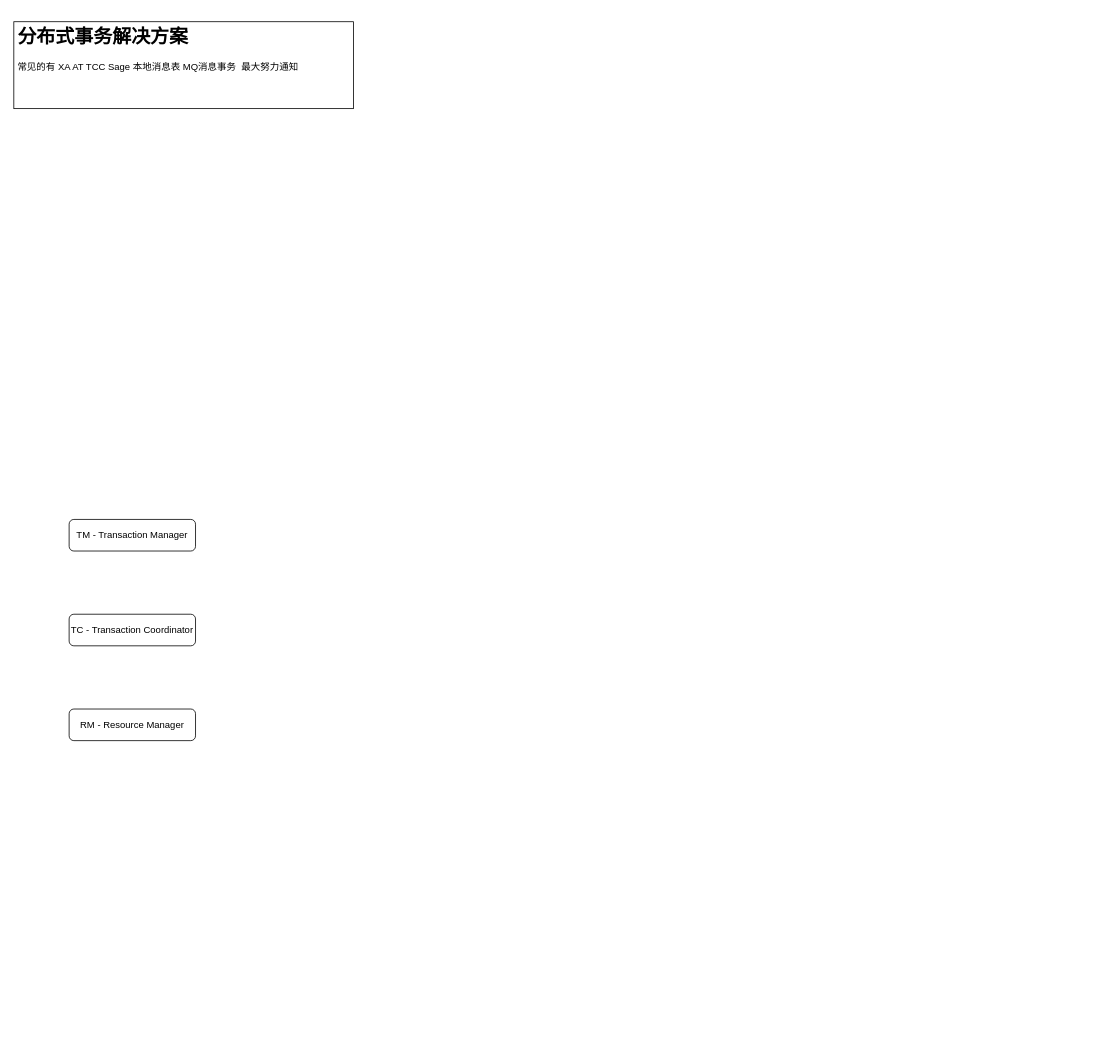
bayern01kahn/Tech_Diagrams keeps this draw.io diagram as page "Main" (1 of 10) of 分布式事务&Seata.drawio. Above is the earlier version. Source tidied: cells renumbered, new cells numbered last; positions are measured from the earlier drawing's top-left corner, leaving out a move shared by most shapes. Both pictures are drawn from the tidied source at 79%, with x=0, y=0 at pixel (13, 21).
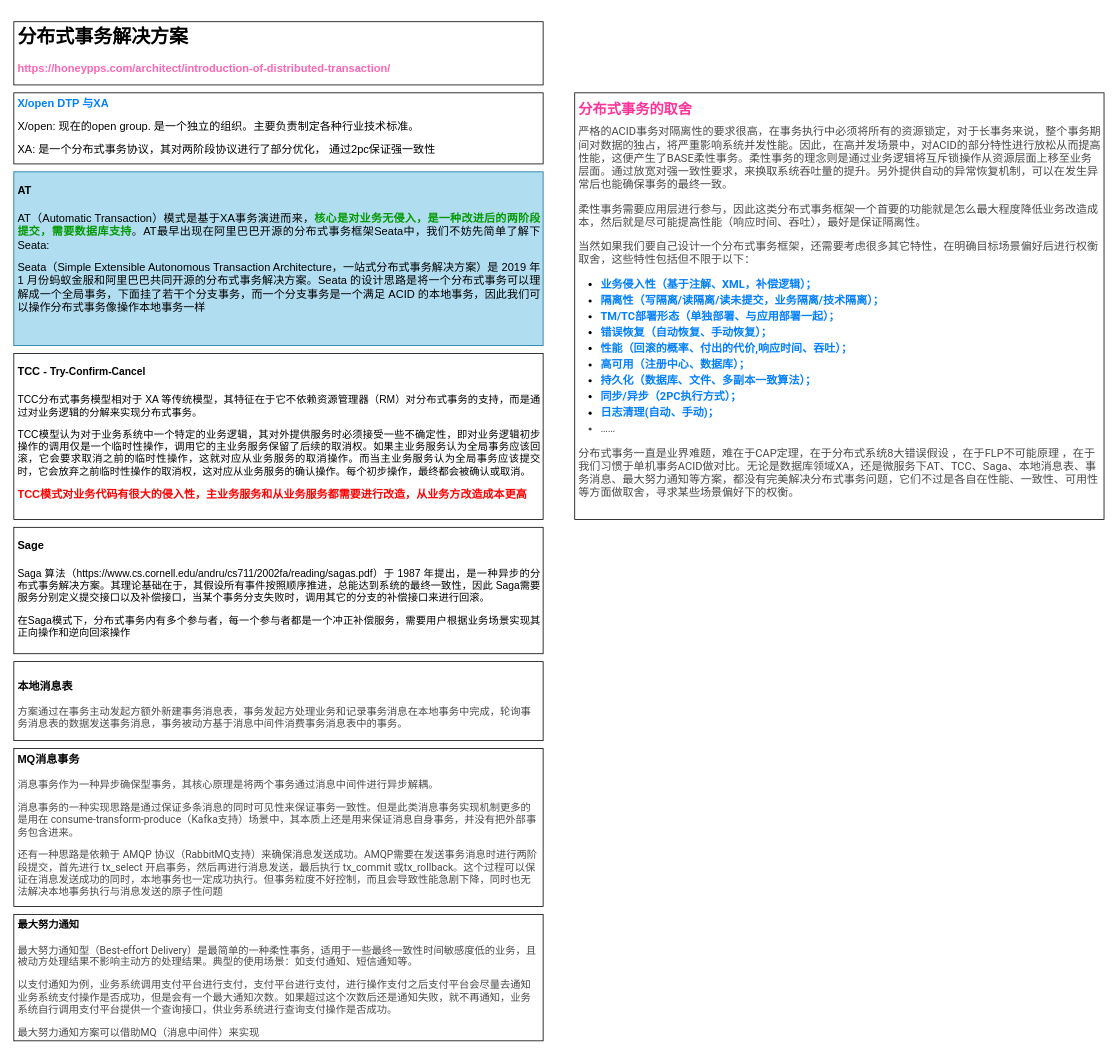
After the change.

The edit, as a diff of the source:
```diff
@@
 <mxGraphModel>
   <root>
     <mxCell id="0" />
     <mxCell id="1" parent="0" />
-    <mxCell id="2" value="TM - Transaction Manager" style="rounded=1;whiteSpace=wrap;html=1;shadow=0;glass=0;sketch=0;" parent="1" vertex="1">
-      <mxGeometry x="70" y="630" width="160" height="40" as="geometry" />
-    </mxCell>
-    <mxCell id="3" value="TC - Transaction Coordinator" style="rounded=1;whiteSpace=wrap;html=1;shadow=0;glass=0;sketch=0;" parent="1" vertex="1">
-      <mxGeometry x="70" y="750" width="160" height="40" as="geometry" />
-    </mxCell>
-    <mxCell id="4" value="RM - Resource Manager" style="rounded=1;whiteSpace=wrap;html=1;shadow=0;glass=0;sketch=0;" parent="1" vertex="1">
-      <mxGeometry x="70" y="870" width="160" height="40" as="geometry" />
-    </mxCell>
-    <mxCell id="5" value="&lt;h1&gt;分布式事务解决方案&lt;/h1&gt;&lt;p&gt;常见的有 XA AT TCC Sage 本地消息表 MQ消息事务&amp;nbsp; 最大努力通知&lt;/p&gt;" style="text;html=1;spacing=5;spacingTop=-20;whiteSpace=wrap;overflow=hidden;rounded=0;fillColor=#ffffff;strokeColor=#000000;" parent="1" vertex="1">
-      <mxGeometry width="430" height="110" as="geometry" />
+    <mxCell id="5" value="&lt;h1&gt;分布式事务解决方案&lt;/h1&gt;&lt;p&gt;&lt;/p&gt;&lt;span style=&quot;text-align: justify&quot;&gt;&lt;span style=&quot;font-size: 14px&quot;&gt;&lt;b&gt;&lt;font color=&quot;#ff66b3&quot;&gt;https://honeypps.com/architect/introduction-of-distributed-transaction/&lt;/font&gt;&lt;/b&gt;&lt;/span&gt;&lt;br&gt;&lt;br&gt;&lt;b style=&quot;color: rgb(0 , 127 , 255) ; font-size: 14px&quot;&gt;&lt;br&gt;&lt;br&gt;&lt;/b&gt;&lt;/span&gt;" style="text;html=1;spacing=5;spacingTop=-20;whiteSpace=wrap;overflow=hidden;rounded=0;fillColor=#ffffff;strokeColor=#000000;" parent="1" vertex="1">
+      <mxGeometry width="670" height="80" as="geometry" />
     </mxCell>
+    <mxCell id="6" value="&lt;h2 id=&quot;分布式事务的取舍&quot; style=&quot;box-sizing: inherit ; margin: 1.1428em 0px 0.5714em ; padding: 0px ; line-height: 1.125 ; font-family: &amp;#34;ubuntu&amp;#34; , &amp;#34;roboto&amp;#34; , &amp;#34;open sans&amp;#34; , &amp;#34;microsoft yahei&amp;#34; , sans-serif ; background-color: rgb(255 , 255 , 255)&quot;&gt;&lt;font color=&quot;#ff3399&quot;&gt;分布式事务的取舍&lt;/font&gt;&lt;/h2&gt;&lt;h1 style=&quot;font-size: 14px&quot;&gt;&lt;p style=&quot;box-sizing: inherit ; margin: 0px 0px 1em ; padding: 0px ; color: rgb(74 , 74 , 74) ; font-family: &amp;#34;ubuntu&amp;#34; , &amp;#34;roboto&amp;#34; , &amp;#34;open sans&amp;#34; , &amp;#34;microsoft yahei&amp;#34; , sans-serif ; font-weight: 400 ; background-color: rgb(255 , 255 , 255)&quot;&gt;严格的ACID事务对隔离性的要求很高，在事务执行中必须将所有的资源锁定，对于长事务来说，整个事务期间对数据的独占，将严重影响系统并发性能。因此，在高并发场景中，对ACID的部分特性进行放松从而提高性能，这便产生了BASE柔性事务。柔性事务的理念则是通过业务逻辑将互斥锁操作从资源层面上移至业务层面。通过放宽对强一致性要求，来换取系统吞吐量的提升。另外提供自动的异常恢复机制，可以在发生异常后也能确保事务的最终一致。&lt;/p&gt;&lt;p style=&quot;box-sizing: inherit ; margin: 0px 0px 1em ; padding: 0px ; color: rgb(74 , 74 , 74) ; font-family: &amp;#34;ubuntu&amp;#34; , &amp;#34;roboto&amp;#34; , &amp;#34;open sans&amp;#34; , &amp;#34;microsoft yahei&amp;#34; , sans-serif ; font-weight: 400 ; background-color: rgb(255 , 255 , 255)&quot;&gt;柔性事务需要应用层进行参与，因此这类分布式事务框架一个首要的功能就是怎么最大程度降低业务改造成本，然后就是尽可能提高性能（响应时间、吞吐），最好是保证隔离性。&lt;/p&gt;&lt;p style=&quot;box-sizing: inherit ; margin: 0px 0px 1em ; padding: 0px ; color: rgb(74 , 74 , 74) ; font-family: &amp;#34;ubuntu&amp;#34; , &amp;#34;roboto&amp;#34; , &amp;#34;open sans&amp;#34; , &amp;#34;microsoft yahei&amp;#34; , sans-serif ; font-weight: 400 ; background-color: rgb(255 , 255 , 255)&quot;&gt;当然如果我们要自己设计一个分布式事务框架，还需要考虑很多其它特性，在明确目标场景偏好后进行权衡取舍，这些特性包括但不限于以下：&lt;/p&gt;&lt;ul style=&quot;box-sizing: inherit ; margin: 1em 0px 1em 2em ; padding: 0px ; list-style-position: outside ; font-family: &amp;#34;ubuntu&amp;#34; , &amp;#34;roboto&amp;#34; , &amp;#34;open sans&amp;#34; , &amp;#34;microsoft yahei&amp;#34; , sans-serif ; background-color: rgb(255 , 255 , 255)&quot;&gt;&lt;li style=&quot;box-sizing: inherit ; margin: 0px ; padding: 0px&quot;&gt;&lt;font color=&quot;#007fff&quot;&gt;业务侵入性（基于注解、XML，补偿逻辑）；&lt;/font&gt;&lt;/li&gt;&lt;li style=&quot;box-sizing: inherit ; margin: 0.25em 0px 0px ; padding: 0px&quot;&gt;&lt;font color=&quot;#007fff&quot;&gt;隔离性（写隔离/读隔离/读未提交，业务隔离/技术隔离）；&lt;/font&gt;&lt;/li&gt;&lt;li style=&quot;box-sizing: inherit ; margin: 0.25em 0px 0px ; padding: 0px&quot;&gt;&lt;font color=&quot;#007fff&quot;&gt;TM/TC部署形态（单独部署、与应用部署一起）；&lt;/font&gt;&lt;/li&gt;&lt;li style=&quot;box-sizing: inherit ; margin: 0.25em 0px 0px ; padding: 0px&quot;&gt;&lt;font color=&quot;#007fff&quot;&gt;错误恢复（自动恢复、手动恢复）；&lt;/font&gt;&lt;/li&gt;&lt;li style=&quot;box-sizing: inherit ; margin: 0.25em 0px 0px ; padding: 0px&quot;&gt;&lt;font color=&quot;#007fff&quot;&gt;性能（回滚的概率、付出的代价,响应时间、吞吐）；&lt;/font&gt;&lt;/li&gt;&lt;li style=&quot;box-sizing: inherit ; margin: 0.25em 0px 0px ; padding: 0px&quot;&gt;&lt;font color=&quot;#007fff&quot;&gt;高可用（注册中心、数据库）；&lt;/font&gt;&lt;/li&gt;&lt;li style=&quot;box-sizing: inherit ; margin: 0.25em 0px 0px ; padding: 0px&quot;&gt;&lt;font color=&quot;#007fff&quot;&gt;持久化（数据库、文件、多副本一致算法）；&lt;/font&gt;&lt;/li&gt;&lt;li style=&quot;box-sizing: inherit ; margin: 0.25em 0px 0px ; padding: 0px&quot;&gt;&lt;font color=&quot;#007fff&quot;&gt;同步/异步（2PC执行方式）；&lt;/font&gt;&lt;/li&gt;&lt;li style=&quot;box-sizing: inherit ; margin: 0.25em 0px 0px ; padding: 0px&quot;&gt;&lt;font color=&quot;#007fff&quot;&gt;日志清理(自动、手动)；&lt;/font&gt;&lt;/li&gt;&lt;li style=&quot;font-weight: 400 ; color: rgb(74 , 74 , 74) ; box-sizing: inherit ; margin: 0.25em 0px 0px ; padding: 0px&quot;&gt;……&lt;/li&gt;&lt;/ul&gt;&lt;p style=&quot;box-sizing: inherit ; margin: 0px 0px 1em ; padding: 0px ; color: rgb(74 , 74 , 74) ; font-family: &amp;#34;ubuntu&amp;#34; , &amp;#34;roboto&amp;#34; , &amp;#34;open sans&amp;#34; , &amp;#34;microsoft yahei&amp;#34; , sans-serif ; font-weight: 400 ; background-color: rgb(255 , 255 , 255)&quot;&gt;分布式事务一直是业界难题，难在于CAP定理，在于分布式系统8大错误假设 ，在于FLP不可能原理 ，在于我们习惯于单机事务ACID做对比。无论是数据库领域XA，还是微服务下AT、TCC、Saga、本地消息表、事务消息、最大努力通知等方案，都没有完美解决分布式事务问题，它们不过是各自在性能、一致性、可用性等方面做取舍，寻求某些场景偏好下的权衡。&lt;/p&gt;&lt;div&gt;&lt;br&gt;&lt;/div&gt;&lt;/h1&gt;" style="text;html=1;spacing=5;spacingTop=-20;whiteSpace=wrap;overflow=hidden;rounded=0;fillColor=#ffffff;strokeColor=#000000;" parent="1" vertex="1">
+      <mxGeometry x="710" y="90" width="670" height="540" as="geometry" />
+    </mxCell>
+    <mxCell id="7" value="&lt;h1&gt;&lt;/h1&gt;&lt;span style=&quot;text-align: justify&quot;&gt;&lt;b style=&quot;color: rgb(0 , 127 , 255) ; font-size: 14px&quot;&gt;X/open DTP 与XA&lt;/b&gt;&lt;/span&gt;&lt;span style=&quot;color: rgb(0 , 127 , 255) ; font-size: 14px ; text-align: justify&quot;&gt;&amp;nbsp;&lt;/span&gt;&lt;br&gt;&lt;p&gt;&lt;/p&gt;&lt;p style=&quot;text-align: justify&quot;&gt;&lt;font style=&quot;font-size: 14px&quot;&gt;X/open:&amp;nbsp;现在的open group. 是一个独立的组织。主要负责制定各种行业技术标准。&lt;/font&gt;&lt;/p&gt;&lt;p style=&quot;text-align: justify&quot;&gt;&lt;font style=&quot;font-size: 14px&quot;&gt;XA: 是一个分布式事务协议，其对两阶段协议进行了部分优化， 通过2pc保证强一致性&lt;/font&gt;&lt;/p&gt;&lt;p style=&quot;text-align: justify&quot;&gt;&lt;span style=&quot;font-size: 14px&quot;&gt;&lt;br&gt;&lt;/span&gt;&lt;/p&gt;&lt;p style=&quot;text-align: justify&quot;&gt;&lt;br&gt;&lt;/p&gt;" style="text;html=1;spacing=5;spacingTop=-20;whiteSpace=wrap;overflow=hidden;rounded=0;fillColor=#ffffff;strokeColor=#000000;" parent="1" vertex="1">
+      <mxGeometry y="90" width="670" height="90" as="geometry" />
+    </mxCell>
+    <mxCell id="8" value="&lt;h1&gt;&lt;b style=&quot;font-size: 14px ; text-align: justify&quot;&gt;AT&amp;nbsp;&lt;/b&gt;&lt;br&gt;&lt;/h1&gt;&lt;p style=&quot;text-align: justify&quot;&gt;&lt;font&gt;&lt;span style=&quot;font-size: 14px&quot;&gt;AT（Automatic Transaction）模式是基于XA事务演进而来，&lt;b&gt;&lt;font color=&quot;#009900&quot;&gt;核心是对业务无侵入，是一种改进后的两阶段提交，需要数据库支持&lt;/font&gt;&lt;/b&gt;。AT最早出现在阿里巴巴开源的分布式事务框架Seata中，我们不妨先简单了解下Seata:&lt;/span&gt;&lt;/font&gt;&lt;/p&gt;&lt;p style=&quot;text-align: justify&quot;&gt;&lt;/p&gt;&lt;p style=&quot;text-align: justify&quot;&gt;&lt;span style=&quot;font-size: 14px&quot;&gt;Seata（Simple Extensible Autonomous Transaction Architecture，一站式分布式事务解决方案）是 2019 年 1 月份蚂蚁金服和阿里巴巴共同开源的分布式事务解决方案。Seata 的设计思路是将一个分布式事务可以理解成一个全局事务，下面挂了若干个分支事务，而一个分支事务是一个满足 ACID 的本地事务，因此我们可以操作分布式事务像操作本地事务一样&lt;/span&gt;&lt;/p&gt;&lt;p style=&quot;text-align: justify&quot;&gt;&lt;font style=&quot;font-size: 14px&quot;&gt;&lt;br&gt;&lt;/font&gt;&lt;/p&gt;&lt;p style=&quot;text-align: justify&quot;&gt;&lt;br&gt;&lt;/p&gt;" style="text;html=1;spacing=5;spacingTop=-20;whiteSpace=wrap;overflow=hidden;rounded=0;fillColor=#b1ddf0;strokeColor=#10739e;" parent="1" vertex="1">
+      <mxGeometry y="190" width="670" height="220" as="geometry" />
+    </mxCell>
+    <mxCell id="9" value="&lt;h1&gt;&lt;font style=&quot;text-align: justify ; font-weight: normal ; font-size: 14px&quot;&gt;&lt;b&gt;TCC -&amp;nbsp;&lt;/b&gt;&lt;/font&gt;&lt;b style=&quot;text-align: justify ; font-size: 13px&quot;&gt;Try-Confirm-Cancel&lt;/b&gt;&lt;br&gt;&lt;/h1&gt;&lt;p style=&quot;text-align: justify ; font-size: 13px&quot;&gt;&lt;font style=&quot;font-size: 13px&quot;&gt;TCC分布式事务模型相对于 XA 等传统模型，其特征在于它不依赖资源管理器（RM）对分布式事务的支持，而是通过对业务逻辑的分解来实现分布式事务。&lt;/font&gt;&lt;/p&gt;&lt;p style=&quot;text-align: justify ; font-size: 13px&quot;&gt;&lt;span&gt;TCC模型认为对于业务系统中一个特定的业务逻辑，其对外提供服务时必须接受一些不确定性，即对业务逻辑初步操作的调用仅是一个临时性操作，调用它的主业务服务保留了后续的取消权。如果主业务服务认为全局事务应该回滚，它会要求取消之前的临时性操作，这就对应从业务服务的取消操作。而当主业务服务认为全局事务应该提交时，它会放弃之前临时性操作的取消权，这对应从业务服务的确认操作。每个初步操作，最终都会被确认或取消。&lt;/span&gt;&lt;br&gt;&lt;/p&gt;&lt;p style=&quot;text-align: justify&quot;&gt;&lt;font style=&quot;font-size: 14px&quot;&gt;&lt;span style=&quot;color: rgb(255 , 0 , 0) ; font-weight: 700 ; text-align: left ; background-color: rgb(255 , 255 , 255)&quot;&gt;TCC模式对业务代码有很大的侵入性，主业务服务和从业务服务都需要进行改造，从业务方改造成本更高&lt;/span&gt;&lt;b&gt;&lt;br&gt;&lt;/b&gt;&lt;/font&gt;&lt;/p&gt;&lt;p style=&quot;text-align: justify&quot;&gt;&lt;br&gt;&lt;/p&gt;" style="text;html=1;spacing=5;spacingTop=-20;whiteSpace=wrap;overflow=hidden;rounded=0;fillColor=#ffffff;strokeColor=#000000;" parent="1" vertex="1">
+      <mxGeometry y="420" width="670" height="210" as="geometry" />
+    </mxCell>
+    <mxCell id="10" value="&lt;h1&gt;&lt;b style=&quot;text-align: justify ; font-size: 14px&quot;&gt;Sage&lt;/b&gt;&lt;br&gt;&lt;/h1&gt;&lt;p style=&quot;text-align: justify ; font-size: 13px&quot;&gt;&lt;font style=&quot;font-size: 13px&quot;&gt;Saga 算法（https://www.cs.cornell.edu/andru/cs711/2002fa/reading/sagas.pdf）于 1987 年提出，是一种异步的分布式事务解决方案。其理论基础在于，其假设所有事件按照顺序推进，总能达到系统的最终一致性，因此 Saga需要服务分别定义提交接口以及补偿接口，当某个事务分支失败时，调用其它的分支的补偿接口来进行回滚。&lt;/font&gt;&lt;/p&gt;&lt;p style=&quot;text-align: justify ; font-size: 13px&quot;&gt;&lt;span&gt;&lt;font style=&quot;font-size: 13px&quot;&gt;在Saga模式下，分布式事务内有多个参与者，每一个参与者都是一个冲正补偿服务，需要用户根据业务场景实现其正向操作和逆向回滚操作&lt;/font&gt;&lt;/span&gt;&lt;/p&gt;&lt;p style=&quot;text-align: justify&quot;&gt;&lt;font style=&quot;font-size: 14px&quot;&gt;&lt;b&gt;&lt;br&gt;&lt;/b&gt;&lt;/font&gt;&lt;/p&gt;&lt;p style=&quot;text-align: justify&quot;&gt;&lt;br&gt;&lt;/p&gt;" style="text;html=1;spacing=5;spacingTop=-20;whiteSpace=wrap;overflow=hidden;rounded=0;fillColor=#ffffff;strokeColor=#000000;" parent="1" vertex="1">
+      <mxGeometry y="640" width="670" height="160" as="geometry" />
+    </mxCell>
+    <mxCell id="11" value="&lt;h1&gt;&lt;p style=&quot;font-size: 12px ; font-weight: 400 ; text-align: justify&quot;&gt;&lt;font style=&quot;font-size: 14px&quot;&gt;&lt;b&gt;&lt;br class=&quot;Apple-interchange-newline&quot;&gt;本地消息表&amp;nbsp;&lt;/b&gt;&lt;/font&gt;&lt;/p&gt;&lt;p style=&quot;font-size: 12px ; font-weight: 400 ; text-align: justify&quot;&gt;&lt;font style=&quot;font-size: 14px&quot;&gt;&lt;/font&gt;&lt;/p&gt;&lt;/h1&gt;&lt;h1 style=&quot;font-size: 13px&quot;&gt;&lt;p style=&quot;box-sizing: inherit ; margin: 0px 0px 1em ; padding: 0px ; color: rgb(74 , 74 , 74) ; font-family: &amp;#34;ubuntu&amp;#34; , &amp;#34;roboto&amp;#34; , &amp;#34;open sans&amp;#34; , &amp;#34;microsoft yahei&amp;#34; , sans-serif ; font-weight: 400 ; background-color: rgb(255 , 255 , 255)&quot;&gt;方案通过在事务主动发起方额外新建事务消息表，事务发起方处理业务和记录事务消息在本地事务中完成，轮询事务消息表的数据发送事务消息，事务被动方基于消息中间件消费事务消息表中的事务。&lt;/p&gt;&lt;/h1&gt;" style="text;html=1;spacing=5;spacingTop=-20;whiteSpace=wrap;overflow=hidden;rounded=0;fillColor=#ffffff;strokeColor=#000000;" parent="1" vertex="1">
+      <mxGeometry y="810" width="670" height="100" as="geometry" />
+    </mxCell>
+    <mxCell id="12" value="&lt;h1&gt;&lt;p style=&quot;font-size: 12px ; font-weight: 400 ; text-align: justify&quot;&gt;&lt;font style=&quot;font-size: 14px&quot;&gt;&lt;b&gt;MQ消息事务&amp;nbsp;&amp;nbsp;&lt;/b&gt;&lt;/font&gt;&lt;/p&gt;&lt;p style=&quot;font-size: 12px ; font-weight: 400 ; text-align: justify&quot;&gt;&lt;font style=&quot;font-size: 14px&quot;&gt;&lt;/font&gt;&lt;/p&gt;&lt;/h1&gt;&lt;h1 style=&quot;font-size: 13px&quot;&gt;&lt;p style=&quot;box-sizing: inherit ; margin: 0px 0px 1em ; padding: 0px ; color: rgb(74 , 74 , 74) ; font-family: &amp;#34;ubuntu&amp;#34; , &amp;#34;roboto&amp;#34; , &amp;#34;open sans&amp;#34; , &amp;#34;microsoft yahei&amp;#34; , sans-serif ; font-weight: 400 ; background-color: rgb(255 , 255 , 255)&quot;&gt;消息事务作为一种异步确保型事务，其核心原理是将两个事务通过消息中间件进行异步解耦。&lt;/p&gt;&lt;p style=&quot;box-sizing: inherit ; margin: 0px 0px 1em ; padding: 0px ; color: rgb(74 , 74 , 74) ; font-family: &amp;#34;ubuntu&amp;#34; , &amp;#34;roboto&amp;#34; , &amp;#34;open sans&amp;#34; , &amp;#34;microsoft yahei&amp;#34; , sans-serif ; font-weight: 400 ; background-color: rgb(255 , 255 , 255)&quot;&gt;消息事务的一种实现思路是通过保证多条消息的同时可见性来保证事务一致性。但是此类消息事务实现机制更多的是用在 consume-transform-produce（Kafka支持）场景中，其本质上还是用来保证消息自身事务，并没有把外部事务包含进来。&lt;/p&gt;&lt;p style=&quot;box-sizing: inherit ; margin: 0px 0px 1em ; padding: 0px ; color: rgb(74 , 74 , 74) ; font-family: &amp;#34;ubuntu&amp;#34; , &amp;#34;roboto&amp;#34; , &amp;#34;open sans&amp;#34; , &amp;#34;microsoft yahei&amp;#34; , sans-serif ; font-weight: 400 ; background-color: rgb(255 , 255 , 255)&quot;&gt;还有一种思路是依赖于 AMQP 协议（RabbitMQ支持）来确保消息发送成功。AMQP需要在发送事务消息时进行两阶段提交，首先进行 tx_select 开启事务，然后再进行消息发送，最后执行 tx_commit 或tx_rollback。这个过程可以保证在消息发送成功的同时，本地事务也一定成功执行。但事务粒度不好控制，而且会导致性能急剧下降，同时也无法解决本地事务执行与消息发送的原子性问题&lt;/p&gt;&lt;/h1&gt;" style="text;html=1;spacing=5;spacingTop=-20;whiteSpace=wrap;overflow=hidden;rounded=0;fillColor=#ffffff;strokeColor=#000000;" parent="1" vertex="1">
+      <mxGeometry y="920" width="670" height="200" as="geometry" />
+    </mxCell>
+    <mxCell id="13" value="&lt;h1&gt;&lt;p style=&quot;font-weight: 400 ; text-align: justify ; font-size: 13px&quot;&gt;&lt;b&gt;最大努力通知&lt;/b&gt;&lt;/p&gt;&lt;p style=&quot;font-weight: 400 ; text-align: justify ; font-size: 13px&quot;&gt;&lt;/p&gt;&lt;/h1&gt;&lt;h1 style=&quot;font-size: 13px&quot;&gt;&lt;p style=&quot;box-sizing: inherit ; margin: 0px 0px 1em ; padding: 0px ; color: rgb(74 , 74 , 74) ; font-family: &amp;#34;ubuntu&amp;#34; , &amp;#34;roboto&amp;#34; , &amp;#34;open sans&amp;#34; , &amp;#34;microsoft yahei&amp;#34; , sans-serif ; font-weight: 400 ; background-color: rgb(255 , 255 , 255)&quot;&gt;最大努力通知型（Best-effort Delivery）是最简单的一种柔性事务，适用于一些最终一致性时间敏感度低的业务，且被动方处理结果不影响主动方的处理结果。典型的使用场景：如支付通知、短信通知等。&lt;/p&gt;&lt;p style=&quot;box-sizing: inherit ; margin: 0px 0px 1em ; padding: 0px ; color: rgb(74 , 74 , 74) ; font-family: &amp;#34;ubuntu&amp;#34; , &amp;#34;roboto&amp;#34; , &amp;#34;open sans&amp;#34; , &amp;#34;microsoft yahei&amp;#34; , sans-serif ; font-weight: 400 ; background-color: rgb(255 , 255 , 255)&quot;&gt;以支付通知为例，业务系统调用支付平台进行支付，支付平台进行支付，进行操作支付之后支付平台会尽量去通知业务系统支付操作是否成功，但是会有一个最大通知次数。如果超过这个次数后还是通知失败，就不再通知，业务系统自行调用支付平台提供一个查询接口，供业务系统进行查询支付操作是否成功。&lt;/p&gt;&lt;p style=&quot;box-sizing: inherit ; margin: 0px 0px 1em ; padding: 0px ; color: rgb(74 , 74 , 74) ; font-family: &amp;#34;ubuntu&amp;#34; , &amp;#34;roboto&amp;#34; , &amp;#34;open sans&amp;#34; , &amp;#34;microsoft yahei&amp;#34; , sans-serif ; font-weight: 400 ; background-color: rgb(255 , 255 , 255)&quot;&gt;最大努力通知方案可以借助MQ（消息中间件）来实现&lt;/p&gt;&lt;/h1&gt;" style="text;html=1;spacing=5;spacingTop=-20;whiteSpace=wrap;overflow=hidden;rounded=0;fillColor=#ffffff;strokeColor=#000000;" parent="1" vertex="1">
+      <mxGeometry y="1130" width="670" height="160" as="geometry" />
+    </mxCell>
   </root>
 </mxGraphModel>
```
